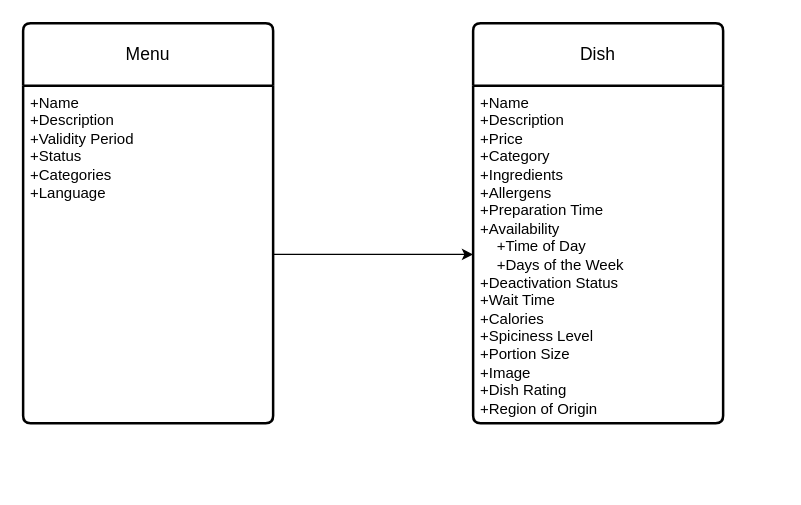
Above: Untitled Diagram.drawio in C-Rex-B/C-_FOR_.NET (draw.io), before the change. Source tidied: cells renumbered, new cells numbered last; positions are measured from the earlier drawing's top-left corner, leaving out a move shared by most shapes. Both pictures are drawn from the tidied source at 125%, with x=0, y=0 at pixel (22, 22).
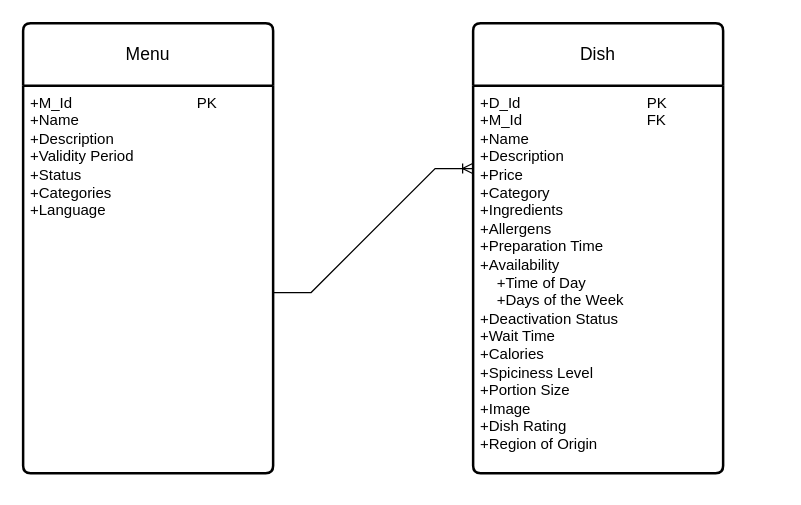
The same diagram, later.

Commit message:
ERD_Restaurant

Diff of the diagram source:
```diff
@@
 <mxGraphModel>
   <root>
     <mxCell id="0" />
     <mxCell id="1" parent="0" />
     <mxCell id="2" value="Menu" style="swimlane;horizontal=1;startSize=50;rounded=1;fontSize=14;fontStyle=0;strokeWidth=2;shadow=0;dashed=0;align=center;arcSize=4;whiteSpace=wrap;html=1;" parent="1" vertex="1">
-      <mxGeometry width="200" height="320" as="geometry" />
+      <mxGeometry width="200" height="360" as="geometry" />
     </mxCell>
-    <mxCell id="3" value="+Name&lt;br&gt;+Description&lt;br&gt;+Validity Period&lt;br&gt;+Status&lt;br&gt;+Categories&lt;br&gt;+Language" style="align=left;strokeColor=none;fillColor=none;spacingLeft=4;fontSize=12;verticalAlign=top;html=1;" parent="2" vertex="1">
-      <mxGeometry y="50" width="200" height="270" as="geometry" />
+    <mxCell id="3" value="+M_Id&lt;span style=&quot;white-space: pre;&quot;&gt;&#9;&lt;/span&gt;&lt;span style=&quot;white-space: pre;&quot;&gt;&#9;&lt;/span&gt;&lt;span style=&quot;white-space: pre;&quot;&gt;&#9;&lt;/span&gt;&lt;span style=&quot;white-space: pre;&quot;&gt;&#9;&lt;/span&gt;PK&lt;br&gt;+Name&lt;br&gt;+Description&lt;br&gt;+Validity Period&lt;br&gt;+Status&lt;br&gt;+Categories&lt;br&gt;+Language" style="align=left;strokeColor=none;fillColor=none;spacingLeft=4;fontSize=12;verticalAlign=top;html=1;" parent="2" vertex="1">
+      <mxGeometry y="50" width="200" height="310" as="geometry" />
     </mxCell>
+    <mxCell id="7" style="edgeStyle=orthogonalEdgeStyle;rounded=0;orthogonalLoop=1;jettySize=auto;html=1;exitX=0.5;exitY=1;exitDx=0;exitDy=0;" parent="2" edge="1" source="3" target="3">
+      <mxGeometry relative="1" as="geometry" />
+    </mxCell>
     <mxCell id="4" value="Dish" style="swimlane;horizontal=1;startSize=50;rounded=1;fontSize=14;fontStyle=0;strokeWidth=2;shadow=0;dashed=0;align=center;arcSize=4;whiteSpace=wrap;html=1;" parent="1" vertex="1">
-      <mxGeometry x="360" width="200" height="320" as="geometry" />
+      <mxGeometry x="360" width="200" height="360" as="geometry" />
     </mxCell>
-    <mxCell id="5" value="+Name&lt;br&gt;+Description&lt;br&gt;+Price&lt;br&gt;+Category&lt;br&gt;+Ingredients&lt;br&gt;+Allergens&lt;br&gt;+Preparation Time&lt;br&gt;+Availability&lt;br&gt;&lt;span style=&quot;&quot;&gt;&lt;span style=&quot;&quot;&gt;&amp;nbsp;&amp;nbsp;&amp;nbsp;&amp;nbsp;&lt;/span&gt;&lt;/span&gt;+Time of Day&lt;br&gt;&amp;nbsp; &amp;nbsp; +Days of the Week&lt;br&gt;+Deactivation Status&lt;br&gt;+Wait Time&lt;br&gt;+Calories&lt;br&gt;+Spiciness Level&lt;br&gt;+Portion Size&lt;br&gt;+Image&lt;br&gt;+Dish Rating&lt;br&gt;+Region of Origin" style="align=left;strokeColor=none;fillColor=none;spacingLeft=4;fontSize=12;verticalAlign=top;html=1;" parent="4" vertex="1">
-      <mxGeometry y="50" width="200" height="270" as="geometry" />
+    <mxCell id="5" value="+D_Id&lt;span style=&quot;white-space: pre;&quot;&gt;&#9;&lt;/span&gt;&lt;span style=&quot;white-space: pre;&quot;&gt;&#9;&lt;/span&gt;&lt;span style=&quot;white-space: pre;&quot;&gt;&#9;&lt;/span&gt;&lt;span style=&quot;white-space: pre;&quot;&gt;&#9;&lt;/span&gt;PK&lt;span style=&quot;white-space: pre;&quot;&gt;&#9;&lt;/span&gt;&lt;span style=&quot;white-space: pre;&quot;&gt;&#9;&lt;/span&gt;&lt;span style=&quot;white-space: pre;&quot;&gt;&#9;&lt;/span&gt;&lt;span style=&quot;white-space: pre;&quot;&gt;&#9;&lt;/span&gt;&lt;br&gt;+M_Id&lt;span style=&quot;white-space: pre;&quot;&gt;&#9;&lt;/span&gt;&lt;span style=&quot;white-space: pre;&quot;&gt;&#9;&lt;/span&gt;&lt;span style=&quot;white-space: pre;&quot;&gt;&#9;&lt;/span&gt;&lt;span style=&quot;white-space: pre;&quot;&gt;&#9;&lt;/span&gt;FK&lt;br&gt;+Name&lt;br&gt;+Description&lt;br&gt;+Price&lt;br&gt;+Category&lt;br&gt;+Ingredients&lt;br&gt;+Allergens&lt;br&gt;+Preparation Time&lt;br&gt;+Availability&lt;br&gt;&lt;span style=&quot;&quot;&gt;&lt;span style=&quot;&quot;&gt;&amp;nbsp;&amp;nbsp;&amp;nbsp;&amp;nbsp;&lt;/span&gt;&lt;/span&gt;+Time of Day&lt;br&gt;&amp;nbsp; &amp;nbsp; +Days of the Week&lt;br&gt;+Deactivation Status&lt;br&gt;+Wait Time&lt;br&gt;+Calories&lt;br&gt;+Spiciness Level&lt;br&gt;+Portion Size&lt;br&gt;+Image&lt;br&gt;+Dish Rating&lt;br&gt;+Region of Origin" style="align=left;strokeColor=none;fillColor=none;spacingLeft=4;fontSize=12;verticalAlign=top;html=1;" parent="4" vertex="1">
+      <mxGeometry y="50" width="200" height="310" as="geometry" />
     </mxCell>
-    <mxCell id="6" style="edgeStyle=orthogonalEdgeStyle;rounded=0;jettySize=auto;html=1;entryX=0;entryY=0.5;entryDx=0;entryDy=0;" parent="1" edge="1" source="3" target="5">
-      <mxGeometry relative="1" as="geometry" />
+    <mxCell id="6" style="edgeStyle=entityRelationEdgeStyle;fontSize=12;html=1;endArrow=ERoneToMany;rounded=0;exitX=1.002;exitY=0.534;exitDx=0;exitDy=0;exitPerimeter=0;entryX=-0.002;entryY=0.214;entryDx=0;entryDy=0;entryPerimeter=0;" parent="1" edge="1" source="3" target="5">
+      <mxGeometry relative="1" as="geometry">
+        <Array as="points">
+          <mxPoint x="250" y="220" />
+        </Array>
+      </mxGeometry>
     </mxCell>
   </root>
 </mxGraphModel>
```
